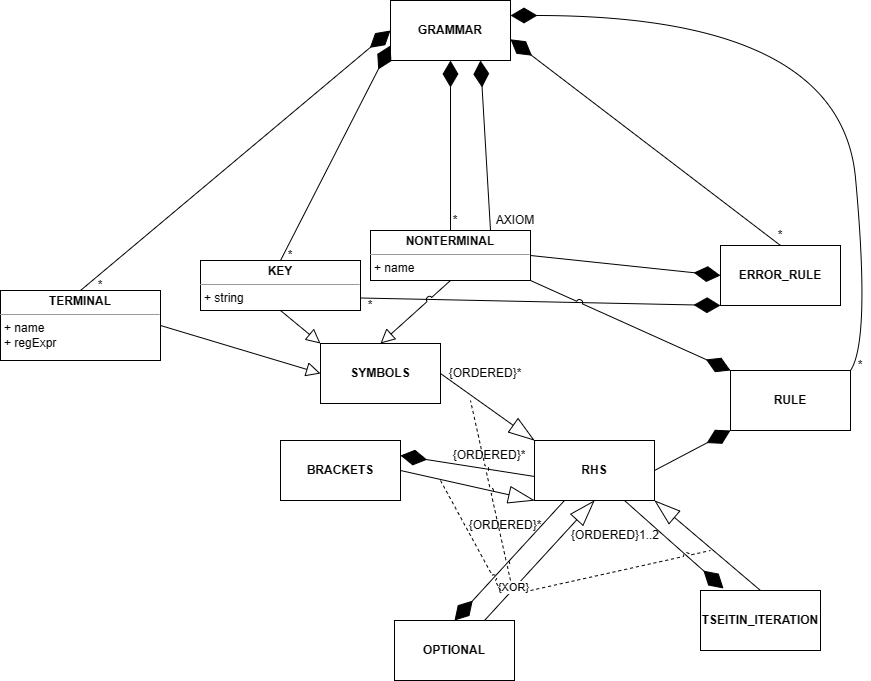
This is _docs/diagrams/metamodel.png from aVorotnikov/dsl_generator, a draw.io export, as it was before one commit. Source tidied: cells renumbered, new cells last; positions are measured from the earlier drawing's top-left corner, leaving out a move shared by most shapes. Source of this version:
```xml
<mxGraphModel>
  <root>
    <mxCell id="0" />
    <mxCell id="1" parent="0" />
    <mxCell id="2" value="&lt;b&gt;GRAMMAR&lt;/b&gt;" style="rounded=0;whiteSpace=wrap;html=1;" parent="1" vertex="1">
      <mxGeometry x="390" width="120" height="60" as="geometry" />
    </mxCell>
    <mxCell id="3" value="&lt;p style=&quot;margin:0px;margin-top:4px;text-align:center;&quot;&gt;&lt;b&gt;TERMINAL&lt;/b&gt;&lt;/p&gt;&lt;hr size=&quot;1&quot;&gt;&lt;p style=&quot;margin:0px;margin-left:4px;&quot;&gt;+ name&lt;/p&gt;&lt;p style=&quot;margin:0px;margin-left:4px;&quot;&gt;+ regExpr&lt;/p&gt;" style="verticalAlign=top;align=left;overflow=fill;fontSize=12;fontFamily=Helvetica;html=1;" parent="1" vertex="1">
      <mxGeometry y="290" width="160" height="70" as="geometry" />
    </mxCell>
    <mxCell id="4" value="&lt;p style=&quot;margin:0px;margin-top:4px;text-align:center;&quot;&gt;&lt;b&gt;NONTERMINAL&lt;/b&gt;&lt;/p&gt;&lt;hr size=&quot;1&quot;&gt;&lt;p style=&quot;margin:0px;margin-left:4px;&quot;&gt;+ name&lt;/p&gt;" style="verticalAlign=top;align=left;overflow=fill;fontSize=12;fontFamily=Helvetica;html=1;" parent="1" vertex="1">
      <mxGeometry x="370" y="230" width="160" height="50" as="geometry" />
    </mxCell>
    <mxCell id="5" value="&lt;p style=&quot;margin:0px;margin-top:4px;text-align:center;&quot;&gt;&lt;b&gt;KEY&lt;/b&gt;&lt;/p&gt;&lt;hr size=&quot;1&quot;&gt;&lt;p style=&quot;margin:0px;margin-left:4px;&quot;&gt;+ string&lt;/p&gt;" style="verticalAlign=top;align=left;overflow=fill;fontSize=12;fontFamily=Helvetica;html=1;" parent="1" vertex="1">
      <mxGeometry x="200" y="260" width="160" height="50" as="geometry" />
    </mxCell>
    <mxCell id="6" style="endArrow=diamondThin;endFill=1;endSize=24;html=1;rounded=0;exitX=0.5;exitY=0;exitDx=0;exitDy=0;entryX=0;entryY=0.5;entryDx=0;entryDy=0;" parent="1" edge="1" source="3" target="2">
      <mxGeometry relative="1" as="geometry" />
    </mxCell>
    <mxCell id="7" value="*" style="text;html=1;strokeColor=none;fillColor=none;align=center;verticalAlign=middle;whiteSpace=wrap;rounded=0;" parent="1" vertex="1">
      <mxGeometry x="280" y="240" width="20" height="30" as="geometry" />
    </mxCell>
    <mxCell id="8" style="endArrow=diamondThin;endFill=1;endSize=24;html=1;rounded=0;exitX=0.5;exitY=0;exitDx=0;exitDy=0;entryX=0;entryY=0.75;entryDx=0;entryDy=0;" parent="1" edge="1" source="5" target="2">
      <mxGeometry relative="1" as="geometry" />
    </mxCell>
    <mxCell id="9" style="endArrow=diamondThin;endFill=1;endSize=24;html=1;rounded=0;exitX=0.5;exitY=0;exitDx=0;exitDy=0;entryX=0.5;entryY=1;entryDx=0;entryDy=0;" parent="1" edge="1" source="4" target="2">
      <mxGeometry relative="1" as="geometry" />
    </mxCell>
    <mxCell id="10" value="*" style="text;html=1;strokeColor=none;fillColor=none;align=center;verticalAlign=middle;whiteSpace=wrap;rounded=0;" parent="1" vertex="1">
      <mxGeometry x="445" y="205" width="20" height="30" as="geometry" />
    </mxCell>
    <mxCell id="11" style="endArrow=diamondThin;endFill=1;endSize=24;html=1;rounded=0;exitX=1;exitY=0.5;exitDx=0;exitDy=0;entryX=0;entryY=0.5;entryDx=0;entryDy=0;" parent="1" edge="1" source="4" target="12">
      <mxGeometry relative="1" as="geometry" />
    </mxCell>
    <mxCell id="12" value="&lt;b&gt;ERROR_RULE&lt;/b&gt;" style="rounded=0;whiteSpace=wrap;html=1;" parent="1" vertex="1">
      <mxGeometry x="720" y="245" width="120" height="60" as="geometry" />
    </mxCell>
    <mxCell id="13" style="endArrow=diamondThin;endFill=1;endSize=24;html=1;exitX=1;exitY=0.75;exitDx=0;exitDy=0;entryX=0;entryY=1;entryDx=0;entryDy=0;rounded=0;" parent="1" edge="1" source="5" target="12">
      <mxGeometry relative="1" as="geometry" />
    </mxCell>
    <mxCell id="14" value="*" style="text;html=1;strokeColor=none;fillColor=none;align=center;verticalAlign=middle;whiteSpace=wrap;rounded=0;" parent="1" vertex="1">
      <mxGeometry x="360" y="290" width="20" height="30" as="geometry" />
    </mxCell>
    <mxCell id="15" style="endArrow=diamondThin;endFill=1;endSize=24;html=1;rounded=0;exitX=0.5;exitY=0;exitDx=0;exitDy=0;entryX=1;entryY=0.647;entryDx=0;entryDy=0;entryPerimeter=0;" parent="1" edge="1" source="12" target="2">
      <mxGeometry relative="1" as="geometry" />
    </mxCell>
    <mxCell id="16" value="*" style="text;html=1;strokeColor=none;fillColor=none;align=center;verticalAlign=middle;whiteSpace=wrap;rounded=0;" parent="1" vertex="1">
      <mxGeometry x="770" y="220" width="20" height="30" as="geometry" />
    </mxCell>
    <mxCell id="17" value="&lt;b&gt;RULE&lt;/b&gt;" style="rounded=0;whiteSpace=wrap;html=1;" parent="1" vertex="1">
      <mxGeometry x="730" y="370" width="120" height="60" as="geometry" />
    </mxCell>
    <mxCell id="18" style="endArrow=diamondThin;endFill=1;endSize=24;html=1;exitX=1;exitY=0;exitDx=0;exitDy=0;entryX=1;entryY=0.25;entryDx=0;entryDy=0;curved=1;" parent="1" edge="1" source="17" target="2">
      <mxGeometry relative="1" as="geometry">
        <Array as="points">
          <mxPoint x="870" y="340" />
          <mxPoint x="840" y="15" />
        </Array>
      </mxGeometry>
    </mxCell>
    <mxCell id="19" value="&lt;b&gt;SYMBOLS&lt;/b&gt;" style="rounded=0;whiteSpace=wrap;html=1;" parent="1" vertex="1">
      <mxGeometry x="320" y="343" width="120" height="60" as="geometry" />
    </mxCell>
    <mxCell id="20" style="endArrow=block;endFill=0;endSize=12;html=1;curved=1;exitX=1;exitY=0.5;exitDx=0;exitDy=0;entryX=0;entryY=0.5;entryDx=0;entryDy=0;" parent="1" edge="1" source="3" target="19">
      <mxGeometry relative="1" as="geometry" />
    </mxCell>
    <mxCell id="21" style="endArrow=block;endFill=0;endSize=12;html=1;exitX=0.5;exitY=1;exitDx=0;exitDy=0;entryX=0.5;entryY=0;entryDx=0;entryDy=0;strokeColor=default;rounded=0;jumpStyle=arc;" parent="1" edge="1" source="4" target="19">
      <mxGeometry relative="1" as="geometry" />
    </mxCell>
    <mxCell id="22" style="endArrow=diamondThin;endFill=1;endSize=24;html=1;exitX=1;exitY=1;exitDx=0;exitDy=0;entryX=0;entryY=0;entryDx=0;entryDy=0;rounded=0;jumpStyle=arc;" parent="1" edge="1" source="4" target="17">
      <mxGeometry relative="1" as="geometry" />
    </mxCell>
    <mxCell id="23" value="&lt;b&gt;RHS&lt;/b&gt;" style="rounded=0;whiteSpace=wrap;html=1;" parent="1" vertex="1">
      <mxGeometry x="534" y="440" width="120" height="60" as="geometry" />
    </mxCell>
    <mxCell id="24" style="endArrow=diamondThin;endFill=1;endSize=24;html=1;exitX=1;exitY=0.5;exitDx=0;exitDy=0;entryX=0;entryY=1;entryDx=0;entryDy=0;rounded=0;jumpStyle=arc;" parent="1" edge="1" source="23" target="17">
      <mxGeometry relative="1" as="geometry" />
    </mxCell>
    <mxCell id="25" style="endArrow=blockThin;endFill=0;endSize=24;html=1;exitX=1;exitY=0.5;exitDx=0;exitDy=0;entryX=0;entryY=0;entryDx=0;entryDy=0;rounded=0;jumpStyle=arc;" parent="1" edge="1" source="19" target="23">
      <mxGeometry relative="1" as="geometry" />
    </mxCell>
    <mxCell id="26" value="{ORDERED}*" style="text;html=1;strokeColor=none;fillColor=none;align=center;verticalAlign=middle;whiteSpace=wrap;rounded=0;" parent="1" vertex="1">
      <mxGeometry x="440" y="358" width="90" height="30" as="geometry" />
    </mxCell>
    <mxCell id="27" value="&lt;b&gt;BRACKETS&lt;/b&gt;" style="rounded=0;whiteSpace=wrap;html=1;" parent="1" vertex="1">
      <mxGeometry x="280" y="440" width="120" height="60" as="geometry" />
    </mxCell>
    <mxCell id="28" style="endArrow=diamondThin;endFill=1;endSize=24;html=1;exitX=-0.005;exitY=0.598;exitDx=0;exitDy=0;entryX=1;entryY=0.25;entryDx=0;entryDy=0;rounded=0;jumpStyle=arc;exitPerimeter=0;" parent="1" edge="1" source="23" target="27">
      <mxGeometry relative="1" as="geometry" />
    </mxCell>
    <mxCell id="29" value="{ORDERED}*" style="text;html=1;strokeColor=none;fillColor=none;align=center;verticalAlign=middle;whiteSpace=wrap;rounded=0;" parent="1" vertex="1">
      <mxGeometry x="444" y="440" width="90" height="30" as="geometry" />
    </mxCell>
    <mxCell id="30" style="endArrow=blockThin;endFill=0;endSize=24;html=1;entryX=0;entryY=1;entryDx=0;entryDy=0;rounded=0;jumpStyle=arc;exitX=1;exitY=0.5;exitDx=0;exitDy=0;" parent="1" edge="1" source="27" target="23">
      <mxGeometry relative="1" as="geometry" />
    </mxCell>
    <mxCell id="31" value="&lt;b&gt;OPTIONAL&lt;/b&gt;" style="rounded=0;whiteSpace=wrap;html=1;" parent="1" vertex="1">
      <mxGeometry x="394" y="620" width="120" height="60" as="geometry" />
    </mxCell>
    <mxCell id="32" style="endArrow=diamondThin;endFill=1;endSize=24;html=1;exitX=0.25;exitY=1;exitDx=0;exitDy=0;entryX=0.5;entryY=0;entryDx=0;entryDy=0;rounded=0;jumpStyle=arc;" parent="1" edge="1" source="23" target="31">
      <mxGeometry relative="1" as="geometry" />
    </mxCell>
    <mxCell id="33" style="endArrow=blockThin;endFill=0;endSize=24;html=1;entryX=0.5;entryY=1;entryDx=0;entryDy=0;rounded=0;jumpStyle=arc;exitX=0.75;exitY=0;exitDx=0;exitDy=0;" parent="1" edge="1" source="31" target="23">
      <mxGeometry relative="1" as="geometry" />
    </mxCell>
    <mxCell id="34" value="{XOR}" style="edgeLabel;html=1;align=center;verticalAlign=middle;" parent="33" vertex="1">
      <mxGeometry x="-0.46" y="1" relative="1" as="geometry" />
    </mxCell>
    <mxCell id="35" value="{ORDERED}*" style="text;html=1;strokeColor=none;fillColor=none;align=center;verticalAlign=middle;whiteSpace=wrap;rounded=0;" parent="1" vertex="1">
      <mxGeometry x="460" y="510" width="90" height="30" as="geometry" />
    </mxCell>
    <mxCell id="36" value="&lt;b&gt;TSEITIN_ITERATION&lt;/b&gt;" style="rounded=0;whiteSpace=wrap;html=1;" parent="1" vertex="1">
      <mxGeometry x="700" y="590" width="120" height="60" as="geometry" />
    </mxCell>
    <mxCell id="37" style="endArrow=diamondThin;endFill=1;endSize=24;html=1;exitX=0.75;exitY=1;exitDx=0;exitDy=0;entryX=0.192;entryY=-0.033;entryDx=0;entryDy=0;rounded=0;jumpStyle=arc;entryPerimeter=0;" parent="1" edge="1" source="23" target="36">
      <mxGeometry relative="1" as="geometry" />
    </mxCell>
    <mxCell id="38" style="endArrow=blockThin;endFill=0;endSize=24;html=1;entryX=1;entryY=1;entryDx=0;entryDy=0;rounded=0;jumpStyle=arc;exitX=0.5;exitY=0;exitDx=0;exitDy=0;" parent="1" edge="1" source="36" target="23">
      <mxGeometry relative="1" as="geometry" />
    </mxCell>
    <mxCell id="39" value="{ORDERED}1..2" style="text;html=1;strokeColor=none;fillColor=none;align=center;verticalAlign=middle;whiteSpace=wrap;rounded=0;" parent="1" vertex="1">
      <mxGeometry x="570" y="520" width="90" height="30" as="geometry" />
    </mxCell>
    <mxCell id="40" style="endArrow=none;dashed=1;html=1;rounded=0;strokeColor=default;jumpStyle=arc;" parent="1" edge="1">
      <mxGeometry relative="1" as="geometry">
        <mxPoint x="530" y="590" as="sourcePoint" />
        <mxPoint x="710" y="550" as="targetPoint" />
      </mxGeometry>
    </mxCell>
    <mxCell id="41" style="endArrow=none;dashed=1;html=1;rounded=0;strokeColor=default;jumpStyle=arc;" parent="1" edge="1">
      <mxGeometry relative="1" as="geometry">
        <mxPoint x="440" y="480" as="sourcePoint" />
        <mxPoint x="500" y="590" as="targetPoint" />
      </mxGeometry>
    </mxCell>
    <mxCell id="42" style="endArrow=none;dashed=1;html=1;rounded=0;strokeColor=default;jumpStyle=arc;" parent="1" edge="1">
      <mxGeometry relative="1" as="geometry">
        <mxPoint x="510" y="580" as="sourcePoint" />
        <mxPoint x="470" y="400" as="targetPoint" />
      </mxGeometry>
    </mxCell>
    <mxCell id="43" style="endArrow=block;endFill=0;endSize=12;html=1;curved=1;exitX=0.5;exitY=1;exitDx=0;exitDy=0;entryX=0;entryY=0;entryDx=0;entryDy=0;" parent="1" edge="1" source="5" target="19">
      <mxGeometry relative="1" as="geometry" />
    </mxCell>
    <mxCell id="44" value="*" style="text;html=1;strokeColor=none;fillColor=none;align=center;verticalAlign=middle;whiteSpace=wrap;rounded=0;" parent="1" vertex="1">
      <mxGeometry x="90" y="270" width="20" height="30" as="geometry" />
    </mxCell>
    <mxCell id="45" value="AXIOM" style="text;html=1;strokeColor=none;fillColor=none;align=center;verticalAlign=middle;whiteSpace=wrap;rounded=0;" parent="1" vertex="1">
      <mxGeometry x="490" y="212.5" width="50" height="15" as="geometry" />
    </mxCell>
    <mxCell id="46" value="*" style="text;html=1;strokeColor=none;fillColor=none;align=center;verticalAlign=middle;whiteSpace=wrap;rounded=0;" parent="1" vertex="1">
      <mxGeometry x="850" y="350" width="20" height="30" as="geometry" />
    </mxCell>
    <mxCell id="47" style="endArrow=diamondThin;endFill=1;endSize=24;html=1;rounded=0;exitX=0.75;exitY=0;exitDx=0;exitDy=0;entryX=0.75;entryY=1;entryDx=0;entryDy=0;" parent="1" edge="1" source="4" target="2">
      <mxGeometry relative="1" as="geometry" />
    </mxCell>
  </root>
</mxGraphModel>
```
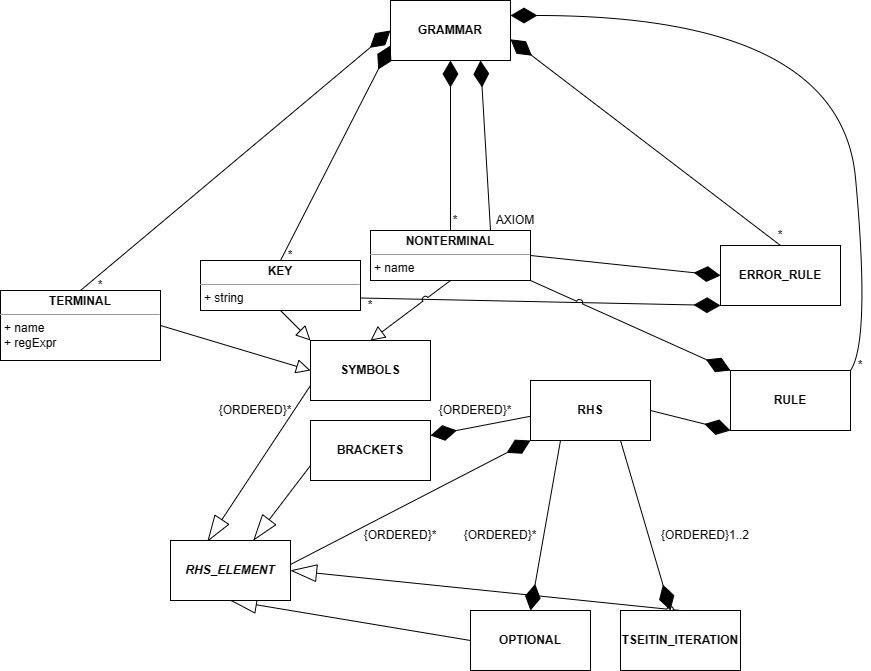
Later version of the same file.

What changed in the source:
```diff
@@ -59,7 +59,7 @@
       </mxGeometry>
     </mxCell>
     <mxCell id="19" value="&lt;b&gt;SYMBOLS&lt;/b&gt;" style="rounded=0;whiteSpace=wrap;html=1;" parent="1" vertex="1">
-      <mxGeometry x="320" y="343" width="120" height="60" as="geometry" />
+      <mxGeometry x="310" y="340" width="120" height="60" as="geometry" />
     </mxCell>
     <mxCell id="20" style="endArrow=block;endFill=0;endSize=12;html=1;curved=1;exitX=1;exitY=0.5;exitDx=0;exitDy=0;entryX=0;entryY=0.5;entryDx=0;entryDy=0;" parent="1" edge="1" source="3" target="19">
       <mxGeometry relative="1" as="geometry" />
@@ -71,74 +71,55 @@
       <mxGeometry relative="1" as="geometry" />
     </mxCell>
     <mxCell id="23" value="&lt;b&gt;RHS&lt;/b&gt;" style="rounded=0;whiteSpace=wrap;html=1;" parent="1" vertex="1">
-      <mxGeometry x="534" y="440" width="120" height="60" as="geometry" />
+      <mxGeometry x="530" y="380" width="120" height="60" as="geometry" />
     </mxCell>
     <mxCell id="24" style="endArrow=diamondThin;endFill=1;endSize=24;html=1;exitX=1;exitY=0.5;exitDx=0;exitDy=0;entryX=0;entryY=1;entryDx=0;entryDy=0;rounded=0;jumpStyle=arc;" parent="1" edge="1" source="23" target="17">
       <mxGeometry relative="1" as="geometry" />
     </mxCell>
-    <mxCell id="25" style="endArrow=blockThin;endFill=0;endSize=24;html=1;exitX=1;exitY=0.5;exitDx=0;exitDy=0;entryX=0;entryY=0;entryDx=0;entryDy=0;rounded=0;jumpStyle=arc;" parent="1" edge="1" source="19" target="23">
+    <mxCell id="25" style="endArrow=blockThin;endFill=0;endSize=24;html=1;entryX=0.308;entryY=0.017;entryDx=0;entryDy=0;rounded=0;jumpStyle=arc;entryPerimeter=0;exitX=0;exitY=0.75;exitDx=0;exitDy=0;" parent="1" edge="1" source="19" target="48">
       <mxGeometry relative="1" as="geometry" />
     </mxCell>
     <mxCell id="26" value="{ORDERED}*" style="text;html=1;strokeColor=none;fillColor=none;align=center;verticalAlign=middle;whiteSpace=wrap;rounded=0;" parent="1" vertex="1">
-      <mxGeometry x="440" y="358" width="90" height="30" as="geometry" />
+      <mxGeometry x="210" y="395" width="90" height="30" as="geometry" />
     </mxCell>
     <mxCell id="27" value="&lt;b&gt;BRACKETS&lt;/b&gt;" style="rounded=0;whiteSpace=wrap;html=1;" parent="1" vertex="1">
-      <mxGeometry x="280" y="440" width="120" height="60" as="geometry" />
+      <mxGeometry x="310" y="420" width="120" height="60" as="geometry" />
     </mxCell>
     <mxCell id="28" style="endArrow=diamondThin;endFill=1;endSize=24;html=1;exitX=-0.005;exitY=0.598;exitDx=0;exitDy=0;entryX=1;entryY=0.25;entryDx=0;entryDy=0;rounded=0;jumpStyle=arc;exitPerimeter=0;" parent="1" edge="1" source="23" target="27">
       <mxGeometry relative="1" as="geometry" />
     </mxCell>
     <mxCell id="29" value="{ORDERED}*" style="text;html=1;strokeColor=none;fillColor=none;align=center;verticalAlign=middle;whiteSpace=wrap;rounded=0;" parent="1" vertex="1">
-      <mxGeometry x="444" y="440" width="90" height="30" as="geometry" />
+      <mxGeometry x="430" y="395" width="90" height="30" as="geometry" />
     </mxCell>
-    <mxCell id="30" style="endArrow=blockThin;endFill=0;endSize=24;html=1;entryX=0;entryY=1;entryDx=0;entryDy=0;rounded=0;jumpStyle=arc;exitX=1;exitY=0.5;exitDx=0;exitDy=0;" parent="1" edge="1" source="27" target="23">
+    <mxCell id="30" style="endArrow=blockThin;endFill=0;endSize=24;html=1;rounded=0;jumpStyle=arc;exitX=0;exitY=0.75;exitDx=0;exitDy=0;" parent="1" edge="1" source="27" target="48">
       <mxGeometry relative="1" as="geometry" />
     </mxCell>
     <mxCell id="31" value="&lt;b&gt;OPTIONAL&lt;/b&gt;" style="rounded=0;whiteSpace=wrap;html=1;" parent="1" vertex="1">
-      <mxGeometry x="394" y="620" width="120" height="60" as="geometry" />
+      <mxGeometry x="470" y="610" width="120" height="60" as="geometry" />
     </mxCell>
     <mxCell id="32" style="endArrow=diamondThin;endFill=1;endSize=24;html=1;exitX=0.25;exitY=1;exitDx=0;exitDy=0;entryX=0.5;entryY=0;entryDx=0;entryDy=0;rounded=0;jumpStyle=arc;" parent="1" edge="1" source="23" target="31">
       <mxGeometry relative="1" as="geometry" />
     </mxCell>
-    <mxCell id="33" style="endArrow=blockThin;endFill=0;endSize=24;html=1;entryX=0.5;entryY=1;entryDx=0;entryDy=0;rounded=0;jumpStyle=arc;exitX=0.75;exitY=0;exitDx=0;exitDy=0;" parent="1" edge="1" source="31" target="23">
+    <mxCell id="33" style="endArrow=blockThin;endFill=0;endSize=24;html=1;entryX=0.5;entryY=1;entryDx=0;entryDy=0;rounded=0;jumpStyle=arc;exitX=0;exitY=0.5;exitDx=0;exitDy=0;" parent="1" edge="1" source="31" target="48">
       <mxGeometry relative="1" as="geometry" />
     </mxCell>
-    <mxCell id="34" value="{XOR}" style="edgeLabel;html=1;align=center;verticalAlign=middle;" parent="33" vertex="1">
-      <mxGeometry x="-0.46" y="1" relative="1" as="geometry" />
-    </mxCell>
     <mxCell id="35" value="{ORDERED}*" style="text;html=1;strokeColor=none;fillColor=none;align=center;verticalAlign=middle;whiteSpace=wrap;rounded=0;" parent="1" vertex="1">
-      <mxGeometry x="460" y="510" width="90" height="30" as="geometry" />
+      <mxGeometry x="455" y="520" width="90" height="30" as="geometry" />
     </mxCell>
     <mxCell id="36" value="&lt;b&gt;TSEITIN_ITERATION&lt;/b&gt;" style="rounded=0;whiteSpace=wrap;html=1;" parent="1" vertex="1">
-      <mxGeometry x="700" y="590" width="120" height="60" as="geometry" />
+      <mxGeometry x="620" y="610" width="120" height="60" as="geometry" />
     </mxCell>
-    <mxCell id="37" style="endArrow=diamondThin;endFill=1;endSize=24;html=1;exitX=0.75;exitY=1;exitDx=0;exitDy=0;entryX=0.192;entryY=-0.033;entryDx=0;entryDy=0;rounded=0;jumpStyle=arc;entryPerimeter=0;" parent="1" edge="1" source="23" target="36">
-      <mxGeometry relative="1" as="geometry" />
+    <mxCell id="37" style="endArrow=diamondThin;endFill=1;endSize=24;html=1;exitX=0.75;exitY=1;exitDx=0;exitDy=0;rounded=0;jumpStyle=arc;" parent="1" edge="1" source="23">
+      <mxGeometry relative="1" as="geometry">
+        <mxPoint x="670" y="610" as="targetPoint" />
+      </mxGeometry>
     </mxCell>
-    <mxCell id="38" style="endArrow=blockThin;endFill=0;endSize=24;html=1;entryX=1;entryY=1;entryDx=0;entryDy=0;rounded=0;jumpStyle=arc;exitX=0.5;exitY=0;exitDx=0;exitDy=0;" parent="1" edge="1" source="36" target="23">
+    <mxCell id="38" style="endArrow=blockThin;endFill=0;endSize=24;html=1;entryX=1;entryY=0.5;entryDx=0;entryDy=0;rounded=0;jumpStyle=arc;exitX=0.5;exitY=0;exitDx=0;exitDy=0;" parent="1" edge="1" source="36" target="48">
       <mxGeometry relative="1" as="geometry" />
     </mxCell>
     <mxCell id="39" value="{ORDERED}1..2" style="text;html=1;strokeColor=none;fillColor=none;align=center;verticalAlign=middle;whiteSpace=wrap;rounded=0;" parent="1" vertex="1">
-      <mxGeometry x="570" y="520" width="90" height="30" as="geometry" />
+      <mxGeometry x="660" y="520" width="90" height="30" as="geometry" />
     </mxCell>
-    <mxCell id="40" style="endArrow=none;dashed=1;html=1;rounded=0;strokeColor=default;jumpStyle=arc;" parent="1" edge="1">
-      <mxGeometry relative="1" as="geometry">
-        <mxPoint x="530" y="590" as="sourcePoint" />
-        <mxPoint x="710" y="550" as="targetPoint" />
-      </mxGeometry>
-    </mxCell>
-    <mxCell id="41" style="endArrow=none;dashed=1;html=1;rounded=0;strokeColor=default;jumpStyle=arc;" parent="1" edge="1">
-      <mxGeometry relative="1" as="geometry">
-        <mxPoint x="440" y="480" as="sourcePoint" />
-        <mxPoint x="500" y="590" as="targetPoint" />
-      </mxGeometry>
-    </mxCell>
-    <mxCell id="42" style="endArrow=none;dashed=1;html=1;rounded=0;strokeColor=default;jumpStyle=arc;" parent="1" edge="1">
-      <mxGeometry relative="1" as="geometry">
-        <mxPoint x="510" y="580" as="sourcePoint" />
-        <mxPoint x="470" y="400" as="targetPoint" />
-      </mxGeometry>
-    </mxCell>
     <mxCell id="43" style="endArrow=block;endFill=0;endSize=12;html=1;curved=1;exitX=0.5;exitY=1;exitDx=0;exitDy=0;entryX=0;entryY=0;entryDx=0;entryDy=0;" parent="1" edge="1" source="5" target="19">
       <mxGeometry relative="1" as="geometry" />
     </mxCell>
@@ -154,5 +135,14 @@
     <mxCell id="47" style="endArrow=diamondThin;endFill=1;endSize=24;html=1;rounded=0;exitX=0.75;exitY=0;exitDx=0;exitDy=0;entryX=0.75;entryY=1;entryDx=0;entryDy=0;" parent="1" edge="1" source="4" target="2">
       <mxGeometry relative="1" as="geometry" />
     </mxCell>
+    <mxCell id="48" value="&lt;b&gt;&lt;i&gt;RHS_ELEMENT&lt;/i&gt;&lt;/b&gt;" style="rounded=0;whiteSpace=wrap;html=1;" parent="1" vertex="1">
+      <mxGeometry x="170" y="540" width="120" height="60" as="geometry" />
+    </mxCell>
+    <mxCell id="49" style="endArrow=diamondThin;endFill=1;endSize=24;html=1;exitX=1;exitY=0.4;exitDx=0;exitDy=0;rounded=0;jumpStyle=arc;exitPerimeter=0;entryX=0;entryY=1;entryDx=0;entryDy=0;" parent="1" edge="1" source="48" target="23">
+      <mxGeometry relative="1" as="geometry" />
+    </mxCell>
+    <mxCell id="50" value="{ORDERED}*" style="text;html=1;strokeColor=none;fillColor=none;align=center;verticalAlign=middle;whiteSpace=wrap;rounded=0;" parent="1" vertex="1">
+      <mxGeometry x="355" y="520" width="90" height="30" as="geometry" />
+    </mxCell>
   </root>
 </mxGraphModel>
```
